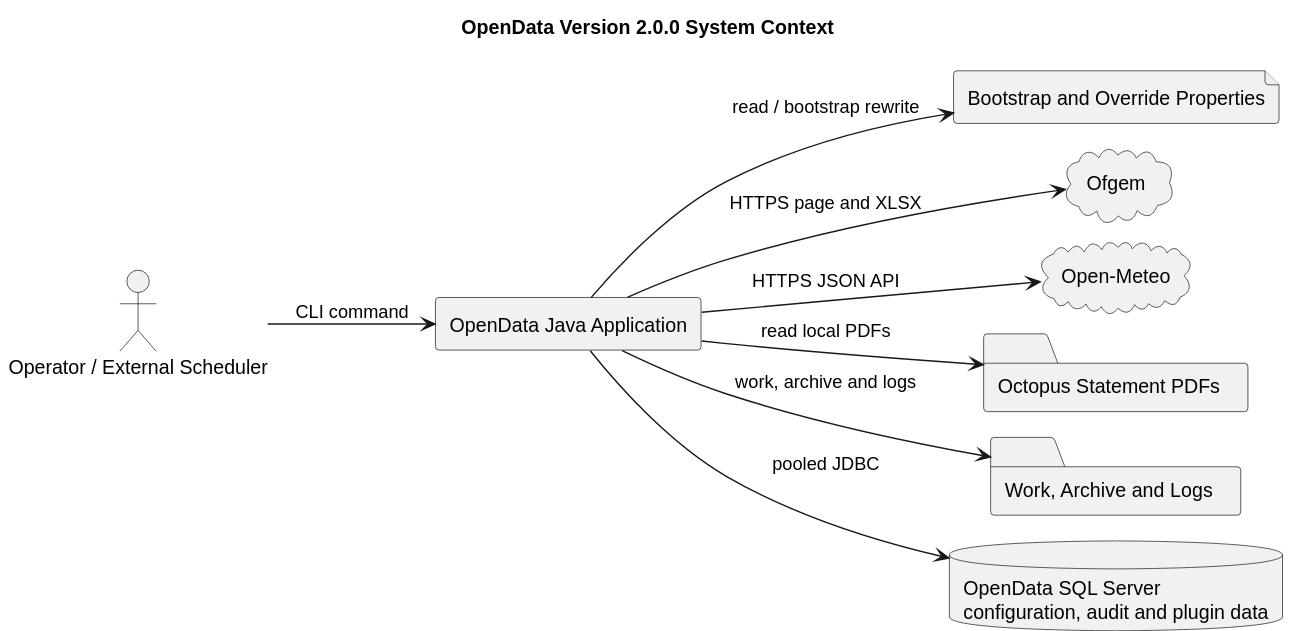
The PlantUML diagram docs/diagrams/generated/system-context.svg in TerryCurranZellis/OpenData, before a commit. Its source is kept beside it as docs/diagrams/source/system-context.puml.
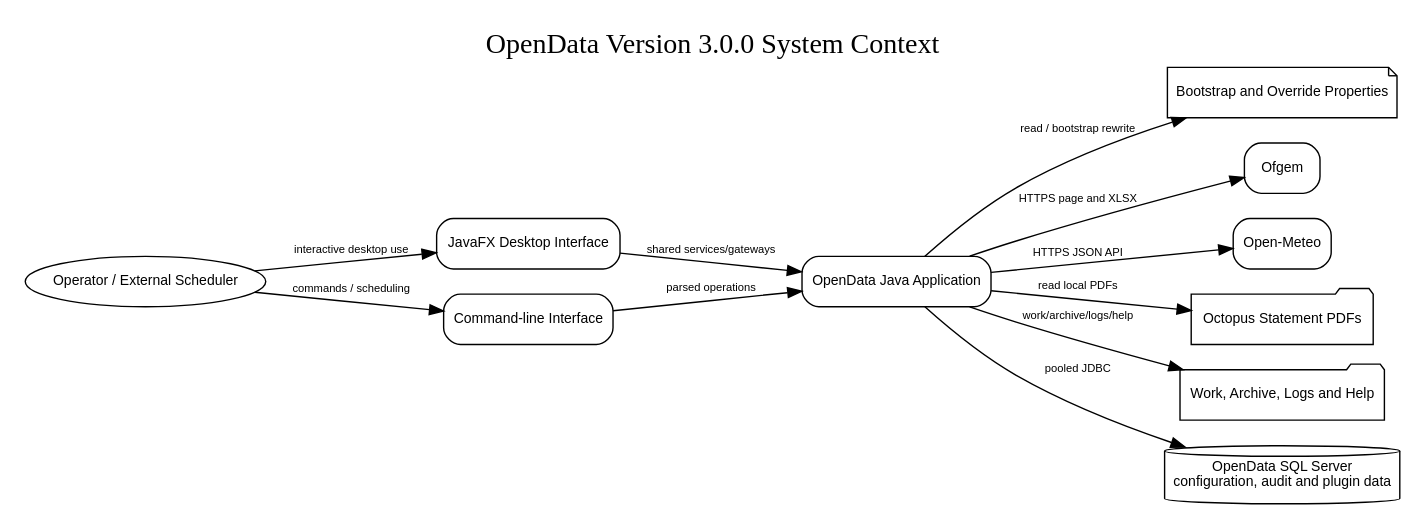
After the commit.

Change to the diagram source:
```diff
@@ -1,21 +1,27 @@
 @startuml
 !pragma layout smetana
-title OpenData Version 2.0.0 System Context
+title OpenData Version 3.0.0 System Context
 left to right direction
 actor "Operator / External Scheduler" as Operator
 rectangle "OpenData Java Application" as App
+rectangle "JavaFX Desktop Interface" as GUI
+rectangle "Command-line Interface" as CLI
 file "Bootstrap and Override Properties" as Config
 cloud "Ofgem" as Ofgem
 cloud "Open-Meteo" as Meteo
 folder "Octopus Statement PDFs" as Octopus
-folder "Work, Archive and Logs" as Files
-database "OpenData SQL Server\nconfiguration, audit and plugin data" as Database
+folder "Work, Archive, Logs and Help" as Files
+database "OpenData SQL Server
+configuration, audit and plugin data" as Database
 
-Operator --> App : CLI command
+Operator --> GUI : interactive desktop use
+Operator --> CLI : commands / scheduling
+GUI --> App : shared services/gateways
+CLI --> App : parsed operations
 App --> Config : read / bootstrap rewrite
 App --> Ofgem : HTTPS page and XLSX
 App --> Meteo : HTTPS JSON API
 App --> Octopus : read local PDFs
 App --> Database : pooled JDBC
-App --> Files : work, archive and logs
+App --> Files : work, archive, logs and help
 @enduml
```
